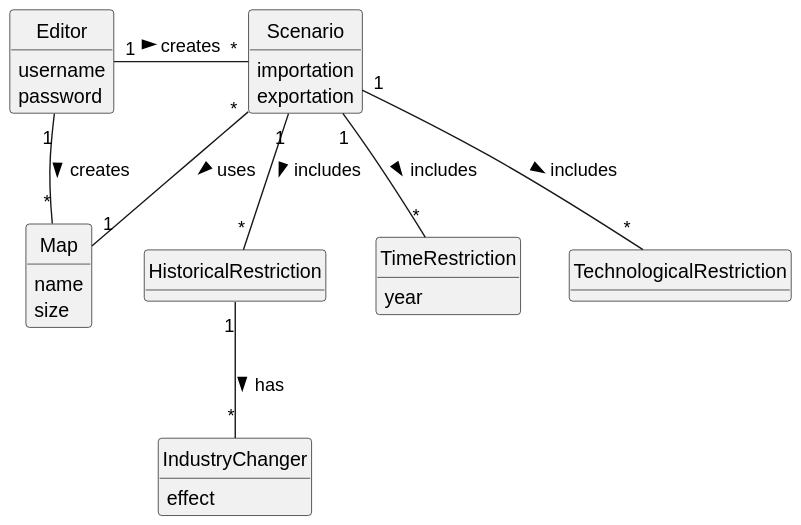
Before: Sprint2/US004/02.analysis/svg/US004-DM.svg, a diagram exported from PlantUML (1240935/pi2-railway-simulator). Its diagram source:
```plantuml
@startuml
skinparam monochrome true
skinparam packageStyle rectangle
skinparam shadowing false
skinparam classAttributeIconSize 0
hide circle
hide methods


class Map {
    name
    size
}

class Scenario {
    importation
    exportation
}

class Editor {
    username
    password
}

class HistoricalRestriction{
}

class TimeRestriction{
    year
}

class TechnologicalRestriction{
}

class IndustryChanger{
    effect
}

Editor "1" - "*" Map : creates >
Editor "1" - "*" Scenario : creates >
Scenario "*" -- "1" Map : uses >
Scenario "1" -- "*" HistoricalRestriction: includes >
Scenario "1" -- "*" TechnologicalRestriction: includes >
Scenario "1" -- "*" TimeRestriction: includes >
HistoricalRestriction "1" -- "*" IndustryChanger: has >
@enduml
```
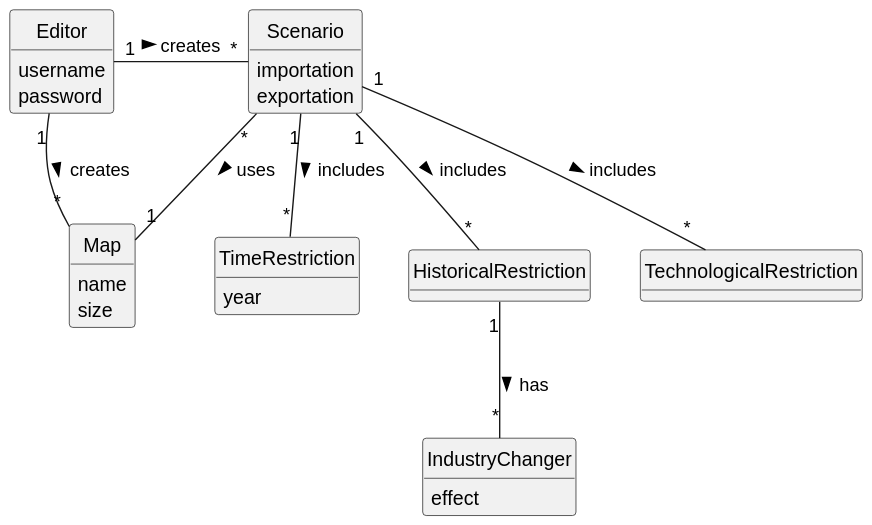
After the commit.

What changed in the source:
```diff
@@ -22,19 +22,14 @@
     password
 }
 
-class HistoricalRestriction{
+class IndustryChanger{
+    effect
 }
 
 class TimeRestriction{
     year
 }
 
-class TechnologicalRestriction{
-}
-
-class IndustryChanger{
-    effect
-}
 
 Editor "1" - "*" Map : creates >
 Editor "1" - "*" Scenario : creates >
```
